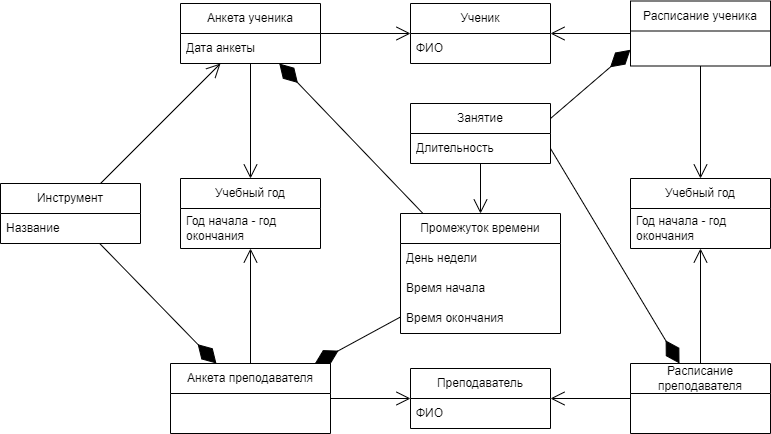
Before: Модель_предметной_области.png, a diagram exported from draw.io (watashinonericell/myrepos). Source tidied: cells renumbered, new cells last; positions are measured from the earlier drawing's top-left corner, leaving out a move shared by most shapes.
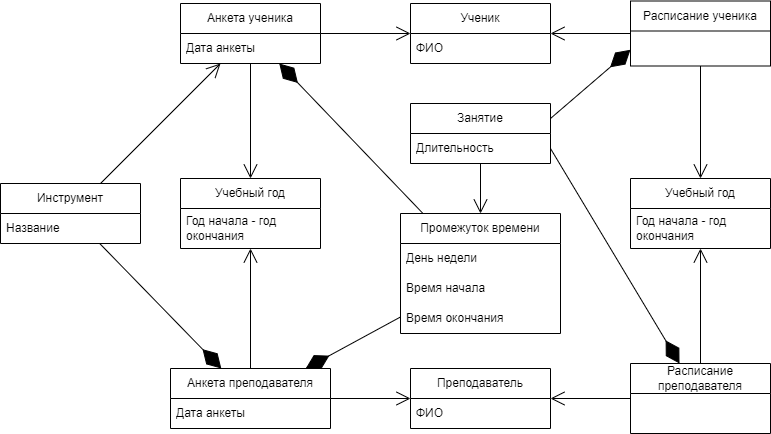
Later version of the same file.

Change to the diagram source:
```diff
@@ -54,8 +54,11 @@
       <mxGeometry y="30" width="140" height="40" as="geometry" />
     </mxCell>
     <mxCell id="19" value="Анкета преподавателя" style="swimlane;fontStyle=0;horizontal=1;startSize=30;whiteSpace=wrap;html=1;" parent="1" vertex="1">
-      <mxGeometry x="170" y="362" width="160" height="70" as="geometry" />
+      <mxGeometry x="170" y="367" width="160" height="60" as="geometry" />
     </mxCell>
+    <mxCell id="38" value="Дата анкеты" style="text;strokeColor=none;fillColor=none;align=left;verticalAlign=middle;spacingLeft=4;spacingRight=4;overflow=hidden;whiteSpace=wrap;html=1;" parent="19" vertex="1">
+      <mxGeometry y="30" width="160" height="30" as="geometry" />
+    </mxCell>
     <mxCell id="20" value="Инструмент" style="swimlane;fontStyle=0;horizontal=1;startSize=30;whiteSpace=wrap;html=1;" parent="1" vertex="1">
       <mxGeometry y="182" width="140" height="60" as="geometry" />
     </mxCell>
```
